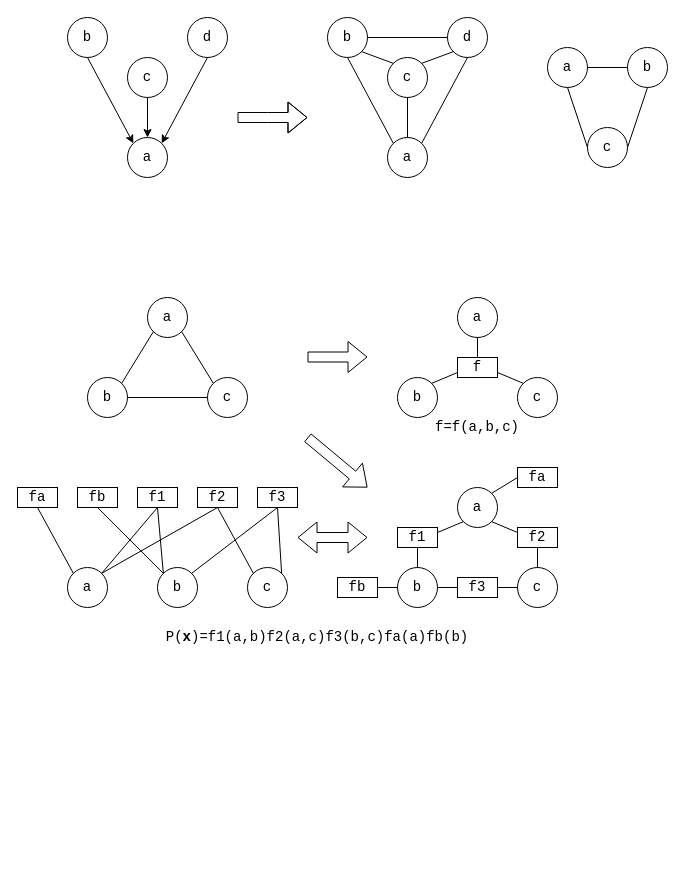
This is img/img.drawio from IshiKura-a/Machine_Learing, a draw.io file, before an edit. Source tidied: cells renumbered, new cells numbered last; positions are measured from the earlier drawing's top-left corner, leaving out a move shared by most shapes. Both pictures are drawn from the tidied source at 100%, with x=0, y=0 at pixel (17, 17).
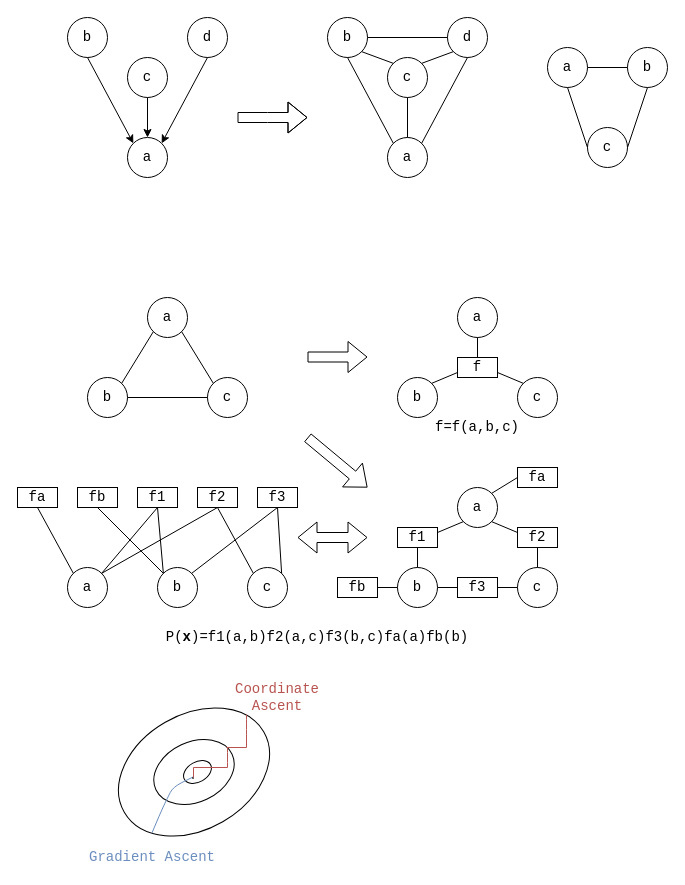
After the change.

Diff of the diagram source:
```diff
@@
+    <mxCell id="76" style="ellipse;whiteSpace=wrap;html=1;rotation=-30;" parent="1" vertex="1">
+      <mxGeometry x="96" y="697" width="161" height="115" as="geometry" />
+    </mxCell>
+    <mxCell id="77" style="ellipse;whiteSpace=wrap;html=1;rotation=-25;" parent="1" vertex="1">
+      <mxGeometry x="134.5" y="724.5" width="84" height="60" as="geometry" />
+    </mxCell>
+    <mxCell id="78" style="ellipse;whiteSpace=wrap;html=1;rotation=-30;" parent="1" vertex="1">
+      <mxGeometry x="165" y="744.5" width="30" height="20" as="geometry" />
+    </mxCell>
+    <mxCell id="79" style="endArrow=none;html=1;exitX=0.084;exitY=0.777;exitDx=0;exitDy=0;exitPerimeter=0;fillColor=#dae8fc;strokeColor=#6c8ebf;" parent="1" edge="1" source="76">
+      <mxGeometry relative="1" as="geometry">
+        <mxPoint x="175.5" y="759.5" as="targetPoint" />
+        <Array as="points">
+          <mxPoint x="145.5" y="789.5" />
+          <mxPoint x="155.5" y="769.5" />
+        </Array>
+      </mxGeometry>
+    </mxCell>
+    <mxCell id="80" style="ellipse;whiteSpace=wrap;html=1;" parent="1" vertex="1">
+      <mxGeometry x="175" y="760" width="1" height="1" as="geometry" />
+    </mxCell>
+    <mxCell id="81" value="&lt;font face=&quot;Courier New&quot; style=&quot;font-size: 14px&quot; color=&quot;#6c8ebf&quot;&gt;Gradient Ascent&lt;/font&gt;" style="text;html=1;strokeColor=none;fillColor=none;align=center;verticalAlign=middle;whiteSpace=wrap;rounded=0;" parent="1" vertex="1">
+      <mxGeometry x="70" y="830" width="130" height="20" as="geometry" />
+    </mxCell>
+    <mxCell id="82" style="endArrow=none;html=1;fillColor=#f8cecc;strokeColor=#b85450;" parent="1" edge="1">
+      <mxGeometry relative="1" as="geometry">
+        <mxPoint x="229" y="730" as="sourcePoint" />
+        <mxPoint x="229" y="697" as="targetPoint" />
+        <Array as="points">
+          <mxPoint x="229" y="717" />
+          <mxPoint x="229" y="707" />
+        </Array>
+      </mxGeometry>
+    </mxCell>
+    <mxCell id="83" style="endArrow=none;html=1;fillColor=#f8cecc;strokeColor=#b85450;" parent="1" edge="1">
+      <mxGeometry relative="1" as="geometry">
+        <mxPoint x="229" y="730" as="sourcePoint" />
+        <mxPoint x="209" y="730" as="targetPoint" />
+      </mxGeometry>
+    </mxCell>
+    <mxCell id="84" style="endArrow=none;html=1;fillColor=#f8cecc;strokeColor=#b85450;" parent="1" edge="1">
+      <mxGeometry relative="1" as="geometry">
+        <mxPoint x="210" y="750" as="sourcePoint" />
+        <mxPoint x="210" y="730" as="targetPoint" />
+        <Array as="points">
+          <mxPoint x="210" y="750" />
+          <mxPoint x="210" y="740" />
+        </Array>
+      </mxGeometry>
+    </mxCell>
+    <mxCell id="85" style="endArrow=none;html=1;fillColor=#f8cecc;strokeColor=#b85450;jumpSize=6;endSize=6;" parent="1" edge="1">
+      <mxGeometry relative="1" as="geometry">
+        <mxPoint x="210" y="750" as="sourcePoint" />
+        <mxPoint x="180" y="750" as="targetPoint" />
+      </mxGeometry>
+    </mxCell>
+    <mxCell id="86" style="endArrow=none;html=1;fillColor=#f8cecc;strokeColor=#b85450;" parent="1" edge="1">
+      <mxGeometry relative="1" as="geometry">
+        <mxPoint x="176" y="760" as="sourcePoint" />
+        <mxPoint x="176" y="750" as="targetPoint" />
+      </mxGeometry>
+    </mxCell>
+    <mxCell id="87" style="endArrow=none;html=1;fillColor=#f8cecc;strokeColor=#b85450;" parent="1" edge="1">
+      <mxGeometry relative="1" as="geometry">
+        <mxPoint x="176" y="750" as="sourcePoint" />
+        <mxPoint x="186" y="750" as="targetPoint" />
+      </mxGeometry>
+    </mxCell>
+    <mxCell id="88" value="&lt;font face=&quot;Courier New&quot; style=&quot;font-size: 14px&quot; color=&quot;#b85450&quot;&gt;Coordinate Ascent&lt;/font&gt;" style="text;html=1;strokeColor=none;fillColor=none;align=center;verticalAlign=middle;whiteSpace=wrap;rounded=0;" parent="1" vertex="1">
+      <mxGeometry x="200" y="670" width="120" height="20" as="geometry" />
+    </mxCell>
```
